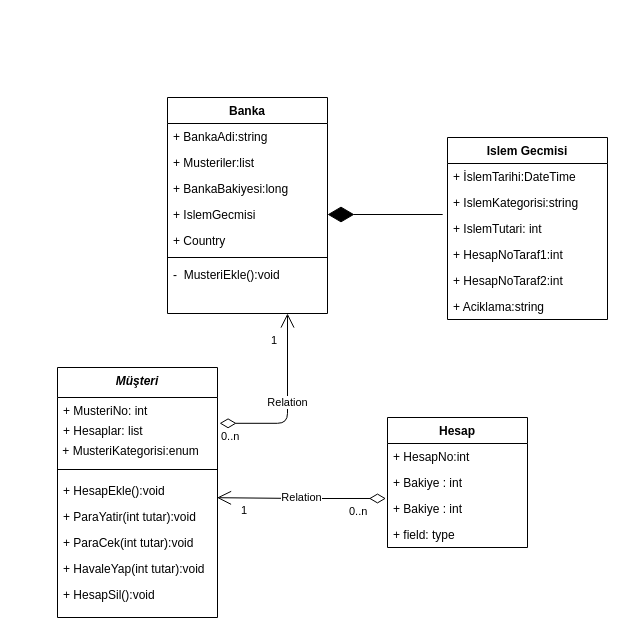
Above: BankaOtomasyonu_UML_Class.drawio in zbzlr/Bank-Automation (draw.io), before the change. Source tidied: cells renumbered, new cells numbered last; positions are measured from the earlier drawing's top-left corner, leaving out a move shared by most shapes. Both pictures are drawn from the tidied source at 100%, with x=0, y=0 at pixel (57, 97).
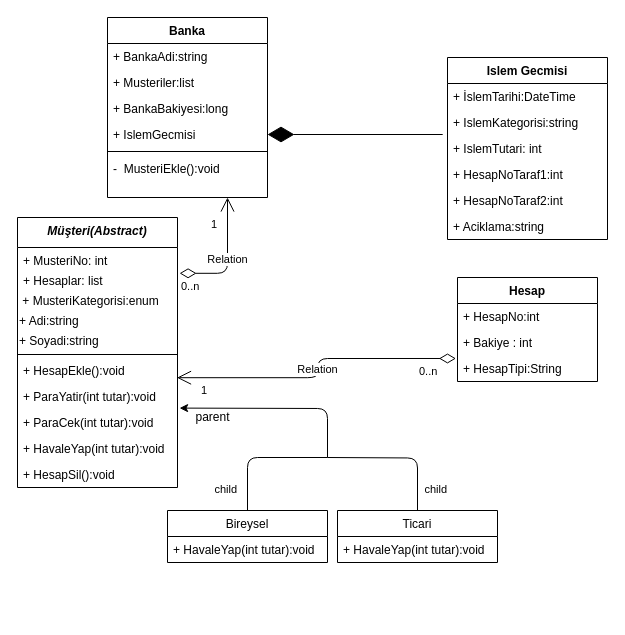
Above is the later version.

What changed in the source:
```diff
@@
-    <mxCell id="2" value="Müşteri" style="swimlane;fontStyle=3;align=center;verticalAlign=top;horizontal=1;startSize=30;rounded=0;shadow=0;strokeWidth=1;" parent="1" vertex="1">
-      <mxGeometry y="270" width="160" height="250" as="geometry" />
+    <mxCell id="2" value="Müşteri(Abstract)" style="swimlane;fontStyle=3;align=center;verticalAlign=top;horizontal=1;startSize=30;rounded=0;shadow=0;strokeWidth=1;" parent="1" vertex="1">
+      <mxGeometry x="-40" y="120" width="160" height="270" as="geometry" />
     </mxCell>
@@
+    <mxCell id="39" value="&lt;div&gt;&lt;span&gt;+ Adi:string&lt;/span&gt;&lt;/div&gt;" style="text;html=1;align=left;verticalAlign=middle;" parent="2" vertex="1">
+      <mxGeometry y="94" width="160" height="20" as="geometry" />
+    </mxCell>
+    <mxCell id="40" value="+ Soyadi:string" style="text;html=1;align=left;verticalAlign=middle;" parent="2" vertex="1">
+      <mxGeometry y="114" width="160" height="20" as="geometry" />
+    </mxCell>
     <mxCell id="6" style="line;html=1;strokeWidth=1;align=left;verticalAlign=middle;spacingTop=-1;spacingLeft=3;spacingRight=3;labelPosition=right;" parent="2" vertex="1">
-      <mxGeometry y="94" width="160" height="16" as="geometry" />
+      <mxGeometry y="134" width="160" height="6" as="geometry" />
     </mxCell>
     <mxCell id="7" value="+ HesapEkle():void" style="text;align=left;verticalAlign=top;spacingLeft=4;spacingRight=4;overflow=hidden;points=[[0,0.5],[1,0.5]];portConstraint=eastwest;" parent="2" vertex="1">
-      <mxGeometry y="110" width="160" height="26" as="geometry" />
+      <mxGeometry y="140" width="160" height="26" as="geometry" />
     </mxCell>
     <mxCell id="8" value="+ ParaYatir(int tutar):void" style="text;align=left;verticalAlign=top;spacingLeft=4;spacingRight=4;overflow=hidden;rounded=0;shadow=0;html=0;" parent="2" vertex="1">
-      <mxGeometry y="136" width="160" height="26" as="geometry" />
+      <mxGeometry y="166" width="160" height="26" as="geometry" />
     </mxCell>
     <mxCell id="9" value="+ ParaCek(int tutar):void" style="text;align=left;verticalAlign=top;spacingLeft=4;spacingRight=4;overflow=hidden;points=[[0,0.5],[1,0.5]];portConstraint=eastwest;rounded=0;shadow=0;html=0;" parent="2" vertex="1">
-      <mxGeometry y="162" width="160" height="26" as="geometry" />
+      <mxGeometry y="192" width="160" height="26" as="geometry" />
     </mxCell>
     <mxCell id="10" value="+ HavaleYap(int tutar):void" style="text;align=left;verticalAlign=top;spacingLeft=4;spacingRight=4;overflow=hidden;rounded=0;shadow=0;html=0;" parent="2" vertex="1">
-      <mxGeometry y="188" width="160" height="26" as="geometry" />
+      <mxGeometry y="218" width="160" height="26" as="geometry" />
     </mxCell>
     <mxCell id="11" value="+ HesapSil():void" style="text;align=left;verticalAlign=top;spacingLeft=4;spacingRight=4;overflow=hidden;rounded=0;shadow=0;html=0;" parent="2" vertex="1">
-      <mxGeometry y="214" width="160" height="26" as="geometry" />
+      <mxGeometry y="244" width="160" height="26" as="geometry" />
     </mxCell>
     <mxCell id="12" value="Banka&#10;" style="swimlane;fontStyle=1;align=center;verticalAlign=top;horizontal=1;startSize=26;rounded=0;shadow=0;strokeWidth=1;" parent="1" vertex="1">
-      <mxGeometry x="110" width="160" height="216" as="geometry" />
+      <mxGeometry x="50" y="-80" width="160" height="180" as="geometry" />
     </mxCell>
@@
-    <mxCell id="17" value="+ Country" style="text;align=left;verticalAlign=top;spacingLeft=4;spacingRight=4;overflow=hidden;rounded=0;shadow=0;html=0;" parent="12" vertex="1">
-      <mxGeometry y="130" width="160" height="26" as="geometry" />
-    </mxCell>
     <mxCell id="18" style="line;html=1;strokeWidth=1;align=left;verticalAlign=middle;spacingTop=-1;spacingLeft=3;spacingRight=3;labelPosition=right;" parent="12" vertex="1">
-      <mxGeometry y="156" width="160" height="8" as="geometry" />
+      <mxGeometry y="130" width="160" height="8" as="geometry" />
     </mxCell>
     <mxCell id="19" value="-  MusteriEkle():void" style="text;align=left;verticalAlign=top;spacingLeft=4;spacingRight=4;overflow=hidden;" parent="12" vertex="1">
-      <mxGeometry y="164" width="160" height="26" as="geometry" />
+      <mxGeometry y="138" width="160" height="26" as="geometry" />
     </mxCell>
     <mxCell id="20" value="Islem Gecmisi" style="swimlane;fontStyle=1;horizontal=1;startSize=26;fillColor=none;fontColor=#000000;" parent="1" vertex="1">
-      <mxGeometry x="390" y="40" width="160" height="182" as="geometry" />
+      <mxGeometry x="390" y="-40" width="160" height="182" as="geometry" />
     </mxCell>
@@
     <mxCell id="27" value="Hesap" style="swimlane;fontStyle=1;horizontal=1;startSize=26;fillColor=none;fontColor=#000000;" parent="1" vertex="1">
-      <mxGeometry x="330" y="320" width="140" height="130" as="geometry" />
+      <mxGeometry x="400" y="180" width="140" height="104" as="geometry" />
     </mxCell>
@@
-    <mxCell id="30" value="+ Bakiye : int" style="text;strokeColor=none;fillColor=none;align=left;verticalAlign=top;spacingLeft=4;spacingRight=4;overflow=hidden;points=[[0,0.5],[1,0.5]];portConstraint=eastwest;" parent="27" vertex="1">
+    <mxCell id="30" value="+ HesapTipi:String" style="text;strokeColor=none;fillColor=none;align=left;verticalAlign=top;spacingLeft=4;spacingRight=4;overflow=hidden;points=[[0,0.5],[1,0.5]];portConstraint=eastwest;" parent="27" vertex="1">
       <mxGeometry y="78" width="140" height="26" as="geometry" />
     </mxCell>
-    <mxCell id="31" value="+ field: type" style="text;strokeColor=none;fillColor=none;align=left;verticalAlign=top;spacingLeft=4;spacingRight=4;overflow=hidden;" parent="27" vertex="1">
-      <mxGeometry y="104" width="140" height="26" as="geometry" />
-    </mxCell>
@@
+    <mxCell id="41" value="Bireysel" style="swimlane;fontStyle=0;horizontal=1;startSize=26;fillColor=none;" parent="1" vertex="1">
+      <mxGeometry x="110" y="413" width="160" height="52" as="geometry" />
+    </mxCell>
+    <mxCell id="42" value="+ HavaleYap(int tutar):void" style="text;strokeColor=none;fillColor=none;align=left;verticalAlign=top;spacingLeft=4;spacingRight=4;overflow=hidden;" parent="41" vertex="1">
+      <mxGeometry y="26" width="160" height="26" as="geometry" />
+    </mxCell>
+    <mxCell id="43" value="Ticari" style="swimlane;fontStyle=0;horizontal=1;startSize=26;fillColor=none;" parent="1" vertex="1">
+      <mxGeometry x="280" y="413" width="160" height="52" as="geometry" />
+    </mxCell>
+    <mxCell id="44" value="+ HavaleYap(int tutar):void" style="text;strokeColor=none;fillColor=none;align=left;verticalAlign=top;spacingLeft=4;spacingRight=4;overflow=hidden;" parent="43" vertex="1">
+      <mxGeometry y="26" width="160" height="26" as="geometry" />
+    </mxCell>
+    <mxCell id="45" style="endArrow=none;html=1;edgeStyle=orthogonalEdgeStyle;entryX=0.5;entryY=0;entryDx=0;entryDy=0;" parent="1" edge="1" target="43">
+      <mxGeometry relative="1" as="geometry">
+        <mxPoint x="270" y="360" as="sourcePoint" />
+      </mxGeometry>
+    </mxCell>
+    <mxCell id="46" value="child" style="edgeLabel;html=1;align=right;verticalAlign=bottom;" parent="45" vertex="1">
+      <mxGeometry x="1" relative="1" as="geometry">
+        <mxPoint x="30" y="-13" as="offset" />
+      </mxGeometry>
+    </mxCell>
+    <mxCell id="47" style="endArrow=none;html=1;edgeStyle=orthogonalEdgeStyle;entryX=0.5;entryY=0;entryDx=0;entryDy=0;" parent="1" edge="1" target="41">
+      <mxGeometry relative="1" as="geometry">
+        <mxPoint x="270" y="360" as="sourcePoint" />
+        <Array as="points">
+          <mxPoint x="190" y="360" />
+        </Array>
+      </mxGeometry>
+    </mxCell>
+    <mxCell id="48" value="child" style="edgeLabel;html=1;align=right;verticalAlign=bottom;" parent="47" vertex="1">
+      <mxGeometry x="1" relative="1" as="geometry">
+        <mxPoint x="-10" y="-13" as="offset" />
+      </mxGeometry>
+    </mxCell>
+    <mxCell id="49" style="endArrow=classic;html=1;entryX=1.013;entryY=-0.054;entryDx=0;entryDy=0;entryPerimeter=0;" parent="1" edge="1" target="9">
+      <mxGeometry relative="1" as="geometry">
+        <mxPoint x="270" y="360" as="sourcePoint" />
+        <Array as="points">
+          <mxPoint x="270" y="311" />
+        </Array>
+      </mxGeometry>
+    </mxCell>
+    <mxCell id="50" value="parent" style="text;html=1;align=center;verticalAlign=middle;" parent="1" vertex="1">
+      <mxGeometry x="130" y="310" width="50" height="20" as="geometry" />
+    </mxCell>
```
